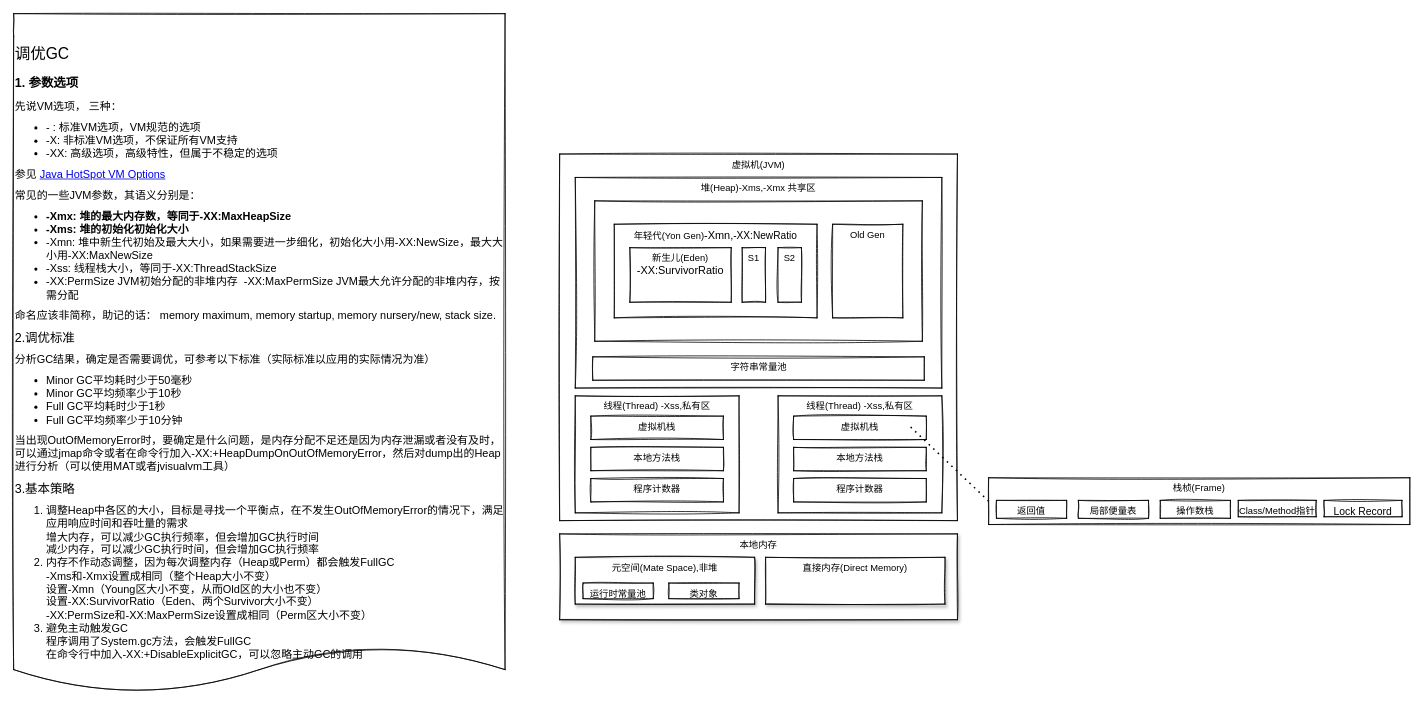
Before: page "内存模型-1.8" (1 of 9) of jdk8/reader/JVM.drawio in Y-lenny/java-open, a draw.io diagram. Source tidied: cells renumbered, new cells numbered last; positions are measured from the earlier drawing's top-left corner, leaving out a move shared by most shapes. Both pictures are drawn from the tidied source at 78%, with x=0, y=0 at pixel (13, 13).
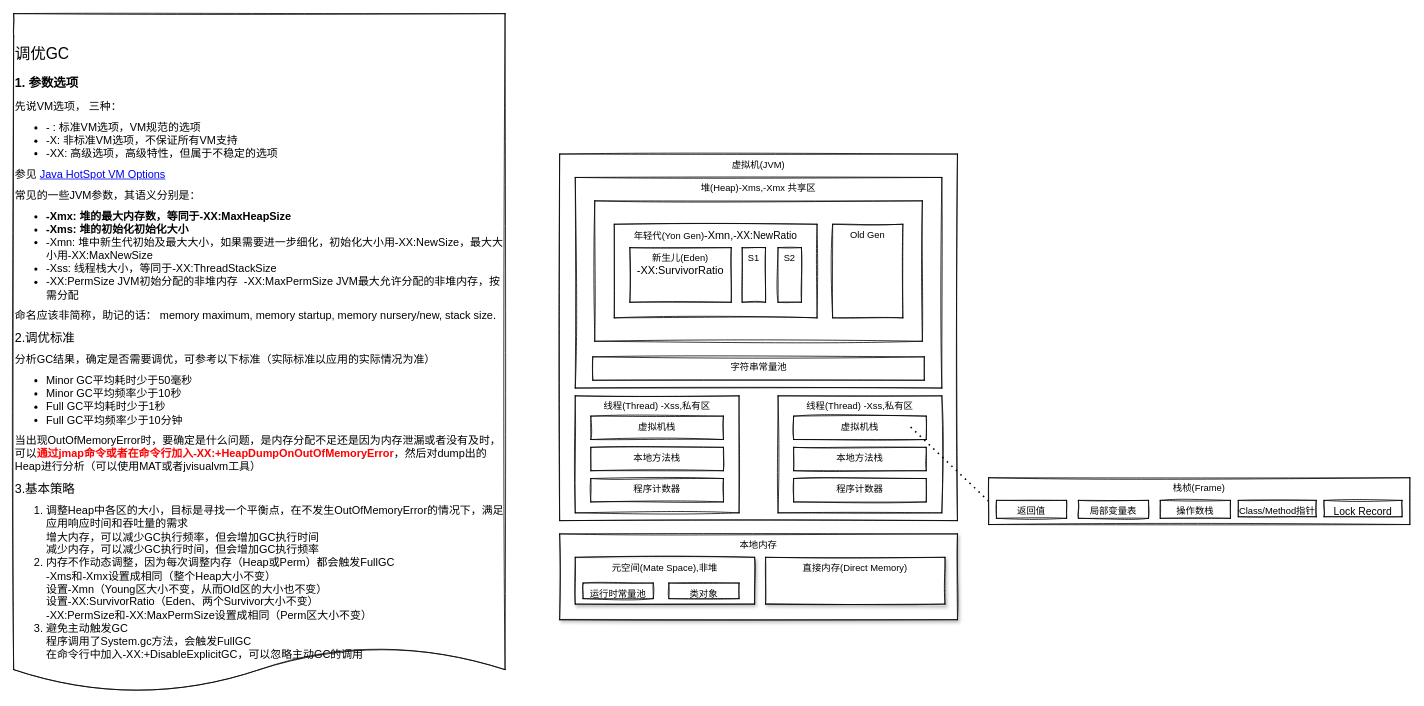
The same page after the edit.

Unchanged cells that the change refers to:
```xml
<mxCell id="30" style="group;" parent="1" vertex="1">
  <mxGeometry x="1250" y="595" width="540" height="60" as="geometry" />
</mxCell>
```

Change to the diagram source:
```diff
@@
-    <mxCell id="28" value="&lt;h2 id=&quot;JVM参数调优必知-调优GC&quot; style=&quot;margin: 30px 0px 0px ; padding: 0px ; font-weight: normal ; font-size: 20px ; line-height: 1.5 ; letter-spacing: -0.008em ; border-bottom-color: rgb(255 , 255 , 255)&quot;&gt;调优GC&lt;/h2&gt;&lt;h3 id=&quot;JVM参数调优必知-1.参数选项&quot; style=&quot;margin: 10px 0px 0px ; padding: 0px ; font-size: 16px ; line-height: 1.5 ; letter-spacing: -0.006em&quot;&gt;1.&amp;nbsp;参数选项&lt;/h3&gt;&lt;p style=&quot;margin: 10px 0px 0px ; padding: 0px ; font-size: 14px&quot;&gt;先说VM选项， 三种：&lt;/p&gt;&lt;ul style=&quot;margin: 10px 0px 0px ; font-size: 14px&quot;&gt;&lt;li&gt;- : 标准VM选项，VM规范的选项&lt;/li&gt;&lt;li&gt;-X: 非标准VM选项，不保证所有VM支持&lt;/li&gt;&lt;li&gt;-XX: 高级选项，高级特性，但属于不稳定的选项&lt;/li&gt;&lt;/ul&gt;&lt;p style=&quot;margin: 10px 0px 0px ; padding: 0px ; font-size: 14px&quot;&gt;参见&amp;nbsp;&lt;a href=&quot;https://link.zhihu.com/?target=http%3A//www.oracle.com/technetwork/java/javase/tech/vmoptions-jsp-140102.html%23Options&quot; class=&quot;external-link&quot; target=&quot;_blank&quot;&gt;Java HotSpot VM Options&lt;/a&gt;&lt;/p&gt;&lt;p style=&quot;margin: 10px 0px 0px ; padding: 0px ; font-size: 14px&quot;&gt;常见的一些JVM参数，其语义分别是：&lt;/p&gt;&lt;ul style=&quot;margin: 10px 0px 0px ; font-size: 14px&quot;&gt;&lt;li&gt;&lt;strong&gt;-Xmx: 堆的最大内存数，等同于-XX:MaxHeapSize&lt;/strong&gt;&lt;/li&gt;&lt;li&gt;&lt;strong&gt;-Xms: 堆的初始化初始化大小&lt;/strong&gt;&lt;/li&gt;&lt;li&gt;-Xmn: 堆中新生代初始及最大大小，如果需要进一步细化，初始化大小用-XX:NewSize，最大大小用-XX:MaxNewSize&lt;/li&gt;&lt;li&gt;-Xss: 线程栈大小，等同于-XX:ThreadStackSize&lt;/li&gt;&lt;li&gt;-XX:PermSize&amp;nbsp;JVM初始分配的非堆内存&lt;strong&gt;&amp;nbsp;&lt;/strong&gt;&amp;nbsp;-XX:MaxPermSize&amp;nbsp;JVM最大允许分配的非堆内存，按需分配&lt;/li&gt;&lt;/ul&gt;&lt;p style=&quot;margin: 10px 0px 0px ; padding: 0px ; font-size: 14px&quot;&gt;命名应该非简称，助记的话： memory maximum, memory startup, memory nursery/new, stack size.&lt;/p&gt;&lt;p style=&quot;margin: 10px 0px 0px ; padding: 0px ; font-size: 14px&quot;&gt;&lt;span style=&quot;font-size: 16px ; letter-spacing: -0.006em&quot;&gt;2.调优标准&lt;/span&gt;&lt;br&gt;&lt;/p&gt;&lt;p style=&quot;margin: 10px 0px 0px ; padding: 0px ; font-size: 14px&quot;&gt;分析GC结果，确定是否需要调优，可参考以下标准（实际标准以应用的实际情况为准）&lt;/p&gt;&lt;ul style=&quot;margin: 10px 0px 0px ; font-size: 14px&quot;&gt;&lt;li&gt;Minor GC平均耗时少于50毫秒&lt;/li&gt;&lt;li&gt;Minor GC平均频率少于10秒&lt;/li&gt;&lt;li&gt;Full GC平均耗时少于1秒&lt;/li&gt;&lt;li&gt;Full GC平均频率少于10分钟&lt;/li&gt;&lt;/ul&gt;&lt;p style=&quot;margin: 10px 0px 0px ; padding: 0px ; font-size: 14px&quot;&gt;当出现OutOfMemoryError时，要确定是什么问题，是内存分配不足还是因为内存泄漏或者没有及时，可以通过jmap命令或者在命令行加入-XX:+HeapDumpOnOutOfMemoryError，然后对dump出的Heap进行分析（可以使用MAT或者jvisualvm工具）&lt;/p&gt;&lt;p style=&quot;margin: 10px 0px 0px ; padding: 0px ; font-size: 14px&quot;&gt;&lt;span style=&quot;font-size: 16px ; letter-spacing: -0.006em&quot;&gt;3.基本策略&lt;/span&gt;&lt;br&gt;&lt;/p&gt;&lt;ol style=&quot;margin: 10px 0px 0px ; font-size: 14px&quot;&gt;&lt;li&gt;&lt;p style=&quot;margin: 0px ; padding: 0px&quot;&gt;调整Heap中各区的大小，目标是寻找一个平衡点，在不发生OutOfMemoryError的情况下，满足应用响应时间和吞吐量的需求&lt;br&gt;增大内存，可以减少GC执行频率，但会增加GC执行时间&lt;br&gt;减少内存，可以减少GC执行时间，但会增加GC执行频率&lt;/p&gt;&lt;/li&gt;&lt;li&gt;&lt;p style=&quot;margin: 0px ; padding: 0px&quot;&gt;内存不作动态调整，因为每次调整内存（Heap或Perm）都会触发FullGC&lt;br&gt;-Xms和-Xmx设置成相同（整个Heap大小不变）&lt;br&gt;设置-Xmn（Young区大小不变，从而Old区的大小也不变）&lt;br&gt;设置-XX:SurvivorRatio（Eden、两个Survivor大小不变）&lt;br&gt;-XX:PermSize和-XX:MaxPermSize设置成相同（Perm区大小不变）&lt;/p&gt;&lt;/li&gt;&lt;li&gt;&lt;p style=&quot;margin: 0px ; padding: 0px&quot;&gt;避免主动触发GC&lt;br&gt;程序调用了System.gc方法，会触发FullGC&lt;br&gt;在命令行中加入-XX:+DisableExplicitGC，可以忽略主动GC的调用&lt;/p&gt;&lt;/li&gt;&lt;/ol&gt;" style="shape=document;whiteSpace=wrap;html=1;boundedLbl=1;rounded=0;sketch=1;size=0.06666666666666667;verticalAlign=top;align=left;" parent="1" vertex="1">
+    <mxCell id="28" value="&lt;h2 id=&quot;JVM参数调优必知-调优GC&quot; style=&quot;margin: 30px 0px 0px ; padding: 0px ; font-weight: normal ; font-size: 20px ; line-height: 1.5 ; letter-spacing: -0.008em ; border-bottom-color: rgb(255 , 255 , 255)&quot;&gt;调优GC&lt;/h2&gt;&lt;h3 id=&quot;JVM参数调优必知-1.参数选项&quot; style=&quot;margin: 10px 0px 0px ; padding: 0px ; font-size: 16px ; line-height: 1.5 ; letter-spacing: -0.006em&quot;&gt;1.&amp;nbsp;参数选项&lt;/h3&gt;&lt;p style=&quot;margin: 10px 0px 0px ; padding: 0px ; font-size: 14px&quot;&gt;先说VM选项， 三种：&lt;/p&gt;&lt;ul style=&quot;margin: 10px 0px 0px ; font-size: 14px&quot;&gt;&lt;li&gt;- : 标准VM选项，VM规范的选项&lt;/li&gt;&lt;li&gt;-X: 非标准VM选项，不保证所有VM支持&lt;/li&gt;&lt;li&gt;-XX: 高级选项，高级特性，但属于不稳定的选项&lt;/li&gt;&lt;/ul&gt;&lt;p style=&quot;margin: 10px 0px 0px ; padding: 0px ; font-size: 14px&quot;&gt;参见&amp;nbsp;&lt;a href=&quot;https://link.zhihu.com/?target=http%3A//www.oracle.com/technetwork/java/javase/tech/vmoptions-jsp-140102.html%23Options&quot; class=&quot;external-link&quot; target=&quot;_blank&quot;&gt;Java HotSpot VM Options&lt;/a&gt;&lt;/p&gt;&lt;p style=&quot;margin: 10px 0px 0px ; padding: 0px ; font-size: 14px&quot;&gt;常见的一些JVM参数，其语义分别是：&lt;/p&gt;&lt;ul style=&quot;margin: 10px 0px 0px ; font-size: 14px&quot;&gt;&lt;li&gt;&lt;strong&gt;-Xmx: 堆的最大内存数，等同于-XX:MaxHeapSize&lt;/strong&gt;&lt;/li&gt;&lt;li&gt;&lt;strong&gt;-Xms: 堆的初始化初始化大小&lt;/strong&gt;&lt;/li&gt;&lt;li&gt;-Xmn: 堆中新生代初始及最大大小，如果需要进一步细化，初始化大小用-XX:NewSize，最大大小用-XX:MaxNewSize&lt;/li&gt;&lt;li&gt;-Xss: 线程栈大小，等同于-XX:ThreadStackSize&lt;/li&gt;&lt;li&gt;-XX:PermSize&amp;nbsp;JVM初始分配的非堆内存&lt;strong&gt;&amp;nbsp;&lt;/strong&gt;&amp;nbsp;-XX:MaxPermSize&amp;nbsp;JVM最大允许分配的非堆内存，按需分配&lt;/li&gt;&lt;/ul&gt;&lt;p style=&quot;margin: 10px 0px 0px ; padding: 0px ; font-size: 14px&quot;&gt;命名应该非简称，助记的话： memory maximum, memory startup, memory nursery/new, stack size.&lt;/p&gt;&lt;p style=&quot;margin: 10px 0px 0px ; padding: 0px ; font-size: 14px&quot;&gt;&lt;span style=&quot;font-size: 16px ; letter-spacing: -0.006em&quot;&gt;2.调优标准&lt;/span&gt;&lt;br&gt;&lt;/p&gt;&lt;p style=&quot;margin: 10px 0px 0px ; padding: 0px ; font-size: 14px&quot;&gt;分析GC结果，确定是否需要调优，可参考以下标准（实际标准以应用的实际情况为准）&lt;/p&gt;&lt;ul style=&quot;margin: 10px 0px 0px ; font-size: 14px&quot;&gt;&lt;li&gt;Minor GC平均耗时少于50毫秒&lt;/li&gt;&lt;li&gt;Minor GC平均频率少于10秒&lt;/li&gt;&lt;li&gt;Full GC平均耗时少于1秒&lt;/li&gt;&lt;li&gt;Full GC平均频率少于10分钟&lt;/li&gt;&lt;/ul&gt;&lt;p style=&quot;margin: 10px 0px 0px ; padding: 0px ; font-size: 14px&quot;&gt;当出现OutOfMemoryError时，要确定是什么问题，是内存分配不足还是因为内存泄漏或者没有及时，可以&lt;b&gt;&lt;font color=&quot;#ff0000&quot;&gt;通过jmap命令或者在命令行加入-XX:+HeapDumpOnOutOfMemoryError&lt;/font&gt;&lt;/b&gt;，然后对dump出的Heap进行分析（可以使用MAT或者jvisualvm工具）&lt;/p&gt;&lt;p style=&quot;margin: 10px 0px 0px ; padding: 0px ; font-size: 14px&quot;&gt;&lt;span style=&quot;font-size: 16px ; letter-spacing: -0.006em&quot;&gt;3.基本策略&lt;/span&gt;&lt;br&gt;&lt;/p&gt;&lt;ol style=&quot;margin: 10px 0px 0px ; font-size: 14px&quot;&gt;&lt;li&gt;&lt;p style=&quot;margin: 0px ; padding: 0px&quot;&gt;调整Heap中各区的大小，目标是寻找一个平衡点，在不发生OutOfMemoryError的情况下，满足应用响应时间和吞吐量的需求&lt;br&gt;增大内存，可以减少GC执行频率，但会增加GC执行时间&lt;br&gt;减少内存，可以减少GC执行时间，但会增加GC执行频率&lt;/p&gt;&lt;/li&gt;&lt;li&gt;&lt;p style=&quot;margin: 0px ; padding: 0px&quot;&gt;内存不作动态调整，因为每次调整内存（Heap或Perm）都会触发FullGC&lt;br&gt;-Xms和-Xmx设置成相同（整个Heap大小不变）&lt;br&gt;设置-Xmn（Young区大小不变，从而Old区的大小也不变）&lt;br&gt;设置-XX:SurvivorRatio（Eden、两个Survivor大小不变）&lt;br&gt;-XX:PermSize和-XX:MaxPermSize设置成相同（Perm区大小不变）&lt;/p&gt;&lt;/li&gt;&lt;li&gt;&lt;p style=&quot;margin: 0px ; padding: 0px&quot;&gt;避免主动触发GC&lt;br&gt;程序调用了System.gc方法，会触发FullGC&lt;br&gt;在命令行中加入-XX:+DisableExplicitGC，可以忽略主动GC的调用&lt;/p&gt;&lt;/li&gt;&lt;/ol&gt;" style="shape=document;whiteSpace=wrap;html=1;boundedLbl=1;rounded=0;sketch=1;size=0.06666666666666667;verticalAlign=top;align=left;" parent="1" vertex="1">
       <mxGeometry width="630" height="870" as="geometry" />
     </mxCell>
@@
-    <mxCell id="33" value="局部便量表" style="rounded=0;whiteSpace=wrap;html=1;sketch=1;align=center;verticalAlign=top;" parent="30" vertex="1">
+    <mxCell id="33" value="局部变量表" style="rounded=0;whiteSpace=wrap;html=1;sketch=1;align=center;verticalAlign=top;" parent="30" vertex="1">
       <mxGeometry x="115" y="29" width="90" height="23" as="geometry" />
     </mxCell>
```
